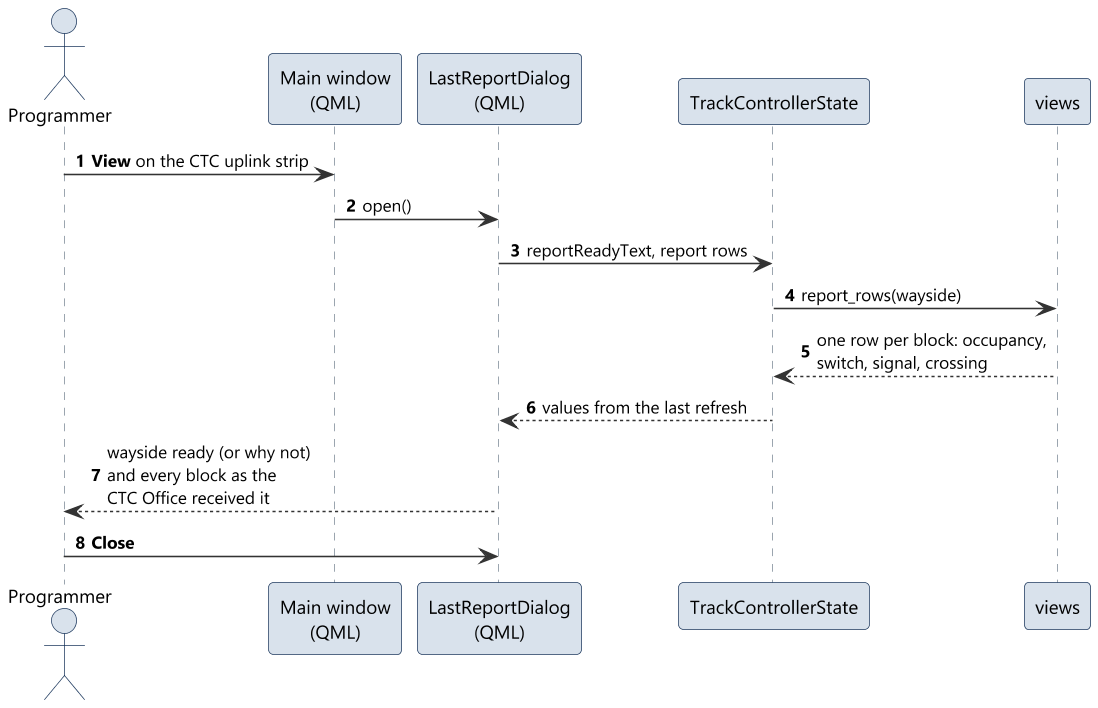
Landiss04/Track-Overflow keeps this PlantUML diagram as documents/uml/track_ctrl_hw/sd06_last_report.png. Above is the earlier version.
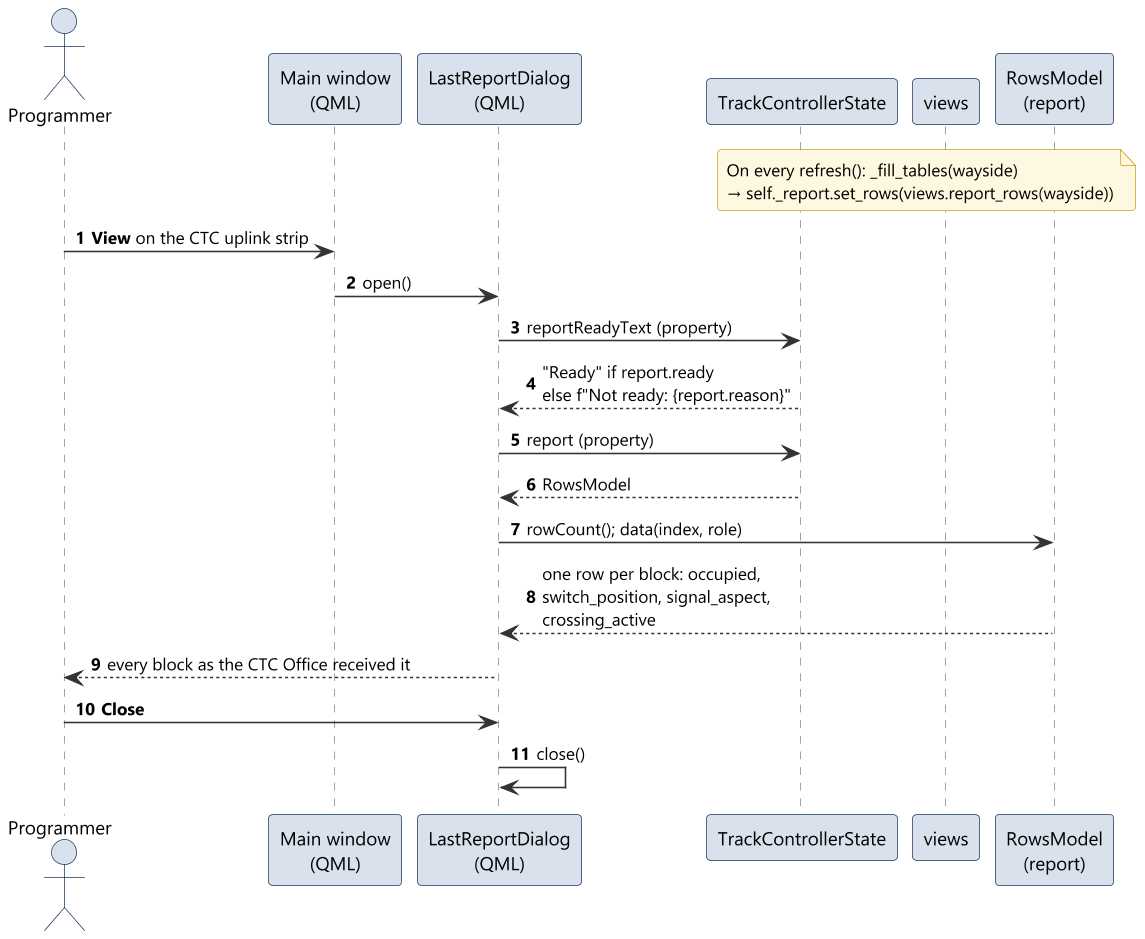
The same file after the commit.

Diff of the diagram source:
```diff
@@ -7,13 +7,21 @@
 participant "LastReportDialog\n(QML)" as Report
 participant "TrackControllerState" as State
 participant "views" as Views
+participant "RowsModel\n(report)" as Rows
 
+note over State, Rows
+  On every refresh(): _fill_tables(wayside)
+  → self._report.set_rows(views.report_rows(wayside))
+end note
 P -> QML : **View** on the CTC uplink strip
 QML -> Report : open()
-Report -> State : reportReadyText, report rows
-State -> Views : report_rows(wayside)
-Views --> State : one row per block: occupancy,\nswitch, signal, crossing
-State --> Report : values from the last refresh
-Report --> P : wayside ready (or why not)\nand every block as the\nCTC Office received it
+Report -> State : reportReadyText (property)
+State --> Report : "Ready" if report.ready\nelse f"Not ready: {report.reason}"
+Report -> State : report (property)
+State --> Report : RowsModel
+Report -> Rows : rowCount(); data(index, role)
+Rows --> Report : one row per block: occupied,\nswitch_position, signal_aspect,\ncrossing_active
+Report --> P : every block as the CTC Office received it
 P -> Report : **Close**
+Report -> Report : close()
 @enduml
```
